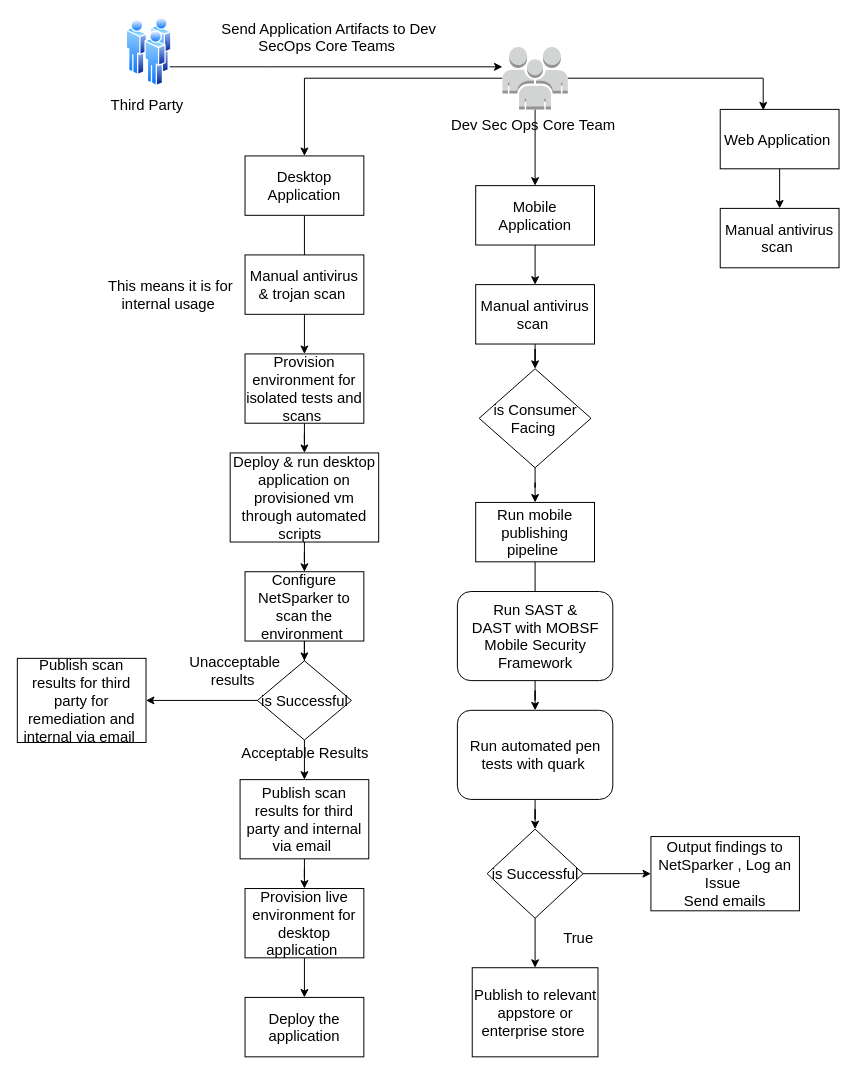
tyger-rareatom/consulting-architectures keeps this draw.io diagram as page "External process" (3 of 3) of icurity.drawio. Above is the earlier version. Source tidied: cells renumbered, new cells numbered last; positions are measured from the earlier drawing's top-left corner, leaving out a move shared by most shapes. Both pictures are drawn from the tidied source at 99%, with x=0, y=0 at pixel (17, 17).
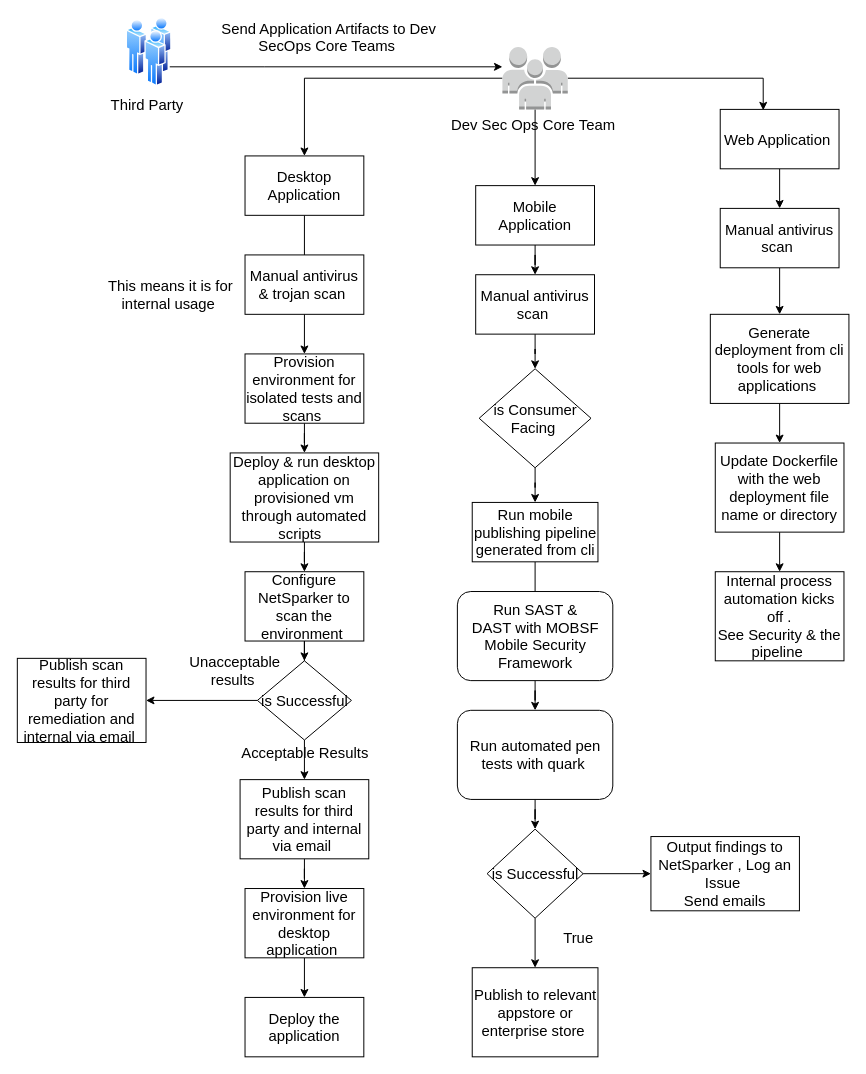
After the change.

Commit message:
See security and the pipeline

The change refers to these unchanged cells:
```xml
<mxCell id="19" value="Manual antivirus scan&amp;nbsp;" style="rounded=0;whiteSpace=wrap;html=1;fontSize=15;" parent="1" vertex="1">
  <mxGeometry x="710" y="193" width="120" height="60" as="geometry" />
</mxCell>
```

Change to the diagram source:
```diff
@@
     <mxCell id="18" value="Manual antivirus scan&amp;nbsp;" style="rounded=0;whiteSpace=wrap;html=1;fontSize=15;" parent="1" vertex="1">
-      <mxGeometry x="463" y="270" width="120" height="60" as="geometry" />
+      <mxGeometry x="463" y="260" width="120" height="60" as="geometry" />
     </mxCell>
+    <mxCell id="52" style="edgeStyle=orthogonalEdgeStyle;rounded=0;jettySize=auto;html=1;fontSize=15;" parent="1" edge="1" source="19" target="54">
+      <mxGeometry relative="1" as="geometry" />
+    </mxCell>
@@
-    <mxCell id="40" value="Run mobile publishing pipeline&amp;nbsp;" style="rounded=0;whiteSpace=wrap;html=1;fontSize=15;" parent="1" vertex="1">
-      <mxGeometry x="463" y="490" width="120" height="60" as="geometry" />
+    <mxCell id="40" value="Run mobile publishing pipeline generated from cli" style="rounded=0;whiteSpace=wrap;html=1;fontSize=15;" parent="1" vertex="1">
+      <mxGeometry x="459.5" y="490" width="127" height="60" as="geometry" />
     </mxCell>
@@
+    <mxCell id="53" style="edgeStyle=orthogonalEdgeStyle;rounded=0;jettySize=auto;html=1;entryX=0.5;entryY=0;entryDx=0;entryDy=0;fontSize=15;" parent="1" edge="1" source="54" target="56">
+      <mxGeometry relative="1" as="geometry" />
+    </mxCell>
+    <mxCell id="54" value="Generate deployment from cli tools for web applications&amp;nbsp;" style="rounded=0;whiteSpace=wrap;html=1;fontSize=15;" parent="1" vertex="1">
+      <mxGeometry x="700" y="300" width="140" height="90" as="geometry" />
+    </mxCell>
+    <mxCell id="55" style="edgeStyle=orthogonalEdgeStyle;rounded=0;jettySize=auto;html=1;fontSize=15;" parent="1" edge="1" source="56" target="57">
+      <mxGeometry relative="1" as="geometry" />
+    </mxCell>
+    <mxCell id="56" value="Update Dockerfile with the web deployment file name or directory" style="rounded=0;whiteSpace=wrap;html=1;fontSize=15;" parent="1" vertex="1">
+      <mxGeometry x="705" y="430" width="130" height="90" as="geometry" />
+    </mxCell>
+    <mxCell id="57" value="Internal process automation kicks off .&lt;br&gt;See Security &amp;amp; the pipeline&amp;nbsp;" style="rounded=0;whiteSpace=wrap;html=1;fontSize=15;" parent="1" vertex="1">
+      <mxGeometry x="705" y="560" width="130" height="90" as="geometry" />
+    </mxCell>
```
